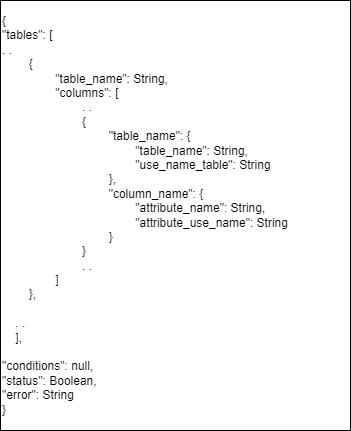
Before: documentation/SemanticParserFile.drawio.png, a diagram exported from draw.io (Rift343/COSMOS). Source tidied: cells renumbered, new cells last; positions are measured from the earlier drawing's top-left corner, leaving out a move shared by most shapes.
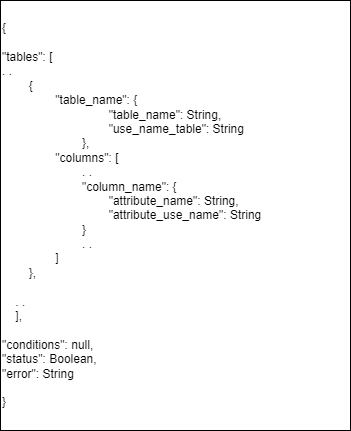
The same diagram one commit later.

Change to the diagram source:
```diff
@@ -2,7 +2,7 @@
   <root>
     <mxCell id="0" />
     <mxCell id="1" parent="0" />
-    <mxCell id="2" value="&lt;div&gt;{&lt;/div&gt;&lt;div&gt;&quot;tables&quot;: [&lt;/div&gt;&lt;div&gt;. .&lt;span style=&quot;&quot;&gt;&lt;/span&gt;&lt;/div&gt;&lt;div&gt;&lt;span style=&quot;&quot;&gt;&lt;span style=&quot;&quot;&gt;&lt;span style=&quot;&quot;&gt;&amp;nbsp;&amp;nbsp;&amp;nbsp;&amp;nbsp;&lt;/span&gt;&lt;span style=&quot;&quot;&gt;&amp;nbsp;&amp;nbsp;&amp;nbsp;&amp;nbsp;&lt;/span&gt;&lt;/span&gt;{&lt;/span&gt;&lt;/div&gt;&lt;span style=&quot;border-color: var(--border-color);&quot;&gt;&lt;span style=&quot;white-space: pre;&quot;&gt;&#9;&lt;span style=&quot;white-space: pre;&quot;&gt;&#9;&lt;/span&gt;&lt;/span&gt;&lt;/span&gt;&quot;table_name&quot;: String,&lt;div&gt;&lt;span style=&quot;&quot;&gt;&lt;span style=&quot;&quot;&gt;&lt;span style=&quot;&quot;&gt;&amp;nbsp;&amp;nbsp;&amp;nbsp;&amp;nbsp;&lt;/span&gt;&lt;span style=&quot;&quot;&gt;&amp;nbsp;&amp;nbsp;&amp;nbsp;&amp;nbsp;&lt;span style=&quot;white-space: pre;&quot;&gt;&#9;&lt;/span&gt;&lt;/span&gt;&lt;/span&gt;&quot;columns&quot;: [&lt;/span&gt;&lt;/div&gt;&lt;div&gt;&lt;span style=&quot;&quot;&gt;&lt;span style=&quot;white-space: pre;&quot;&gt;&#9;&lt;/span&gt;&lt;span style=&quot;white-space: pre;&quot;&gt;&#9;&lt;/span&gt;&lt;span style=&quot;white-space: pre;&quot;&gt;&#9;&lt;/span&gt;. .&lt;/span&gt;&lt;/div&gt;&lt;div&gt;&lt;span style=&quot;&quot;&gt;&lt;span style=&quot;white-space: pre;&quot;&gt;&#9;&lt;/span&gt;&lt;span style=&quot;white-space: pre;&quot;&gt;&#9;&lt;span style=&quot;white-space: pre;&quot;&gt;&#9;&lt;/span&gt;&lt;/span&gt;{&lt;/span&gt;&lt;/div&gt;&lt;div&gt;&lt;span style=&quot;&quot;&gt;&lt;span style=&quot;white-space: pre;&quot;&gt;&#9;&lt;/span&gt;&lt;span style=&quot;white-space: pre;&quot;&gt;&#9;&lt;span style=&quot;white-space: pre;&quot;&gt;&#9;&lt;span style=&quot;white-space: pre;&quot;&gt;&#9;&lt;/span&gt;&lt;/span&gt;&quot;&lt;/span&gt;table_name&quot;: {&lt;/span&gt;&lt;/div&gt;&lt;div&gt;&lt;span style=&quot;&quot;&gt;&lt;span style=&quot;white-space: pre;&quot;&gt;&#9;&lt;/span&gt;&lt;span style=&quot;white-space: pre;&quot;&gt;&#9;&lt;/span&gt;&lt;span style=&quot;white-space: pre;&quot;&gt;&#9;&lt;/span&gt;&lt;span style=&quot;white-space: pre;&quot;&gt;&#9;&lt;span style=&quot;white-space: pre;&quot;&gt;&#9;&lt;/span&gt;&lt;/span&gt;&quot;table_name&quot;: String,&lt;/span&gt;&lt;/div&gt;&lt;div&gt;&lt;span style=&quot;&quot;&gt;&lt;span style=&quot;white-space: pre;&quot;&gt;&#9;&lt;/span&gt;&lt;span style=&quot;white-space: pre;&quot;&gt;&#9;&lt;/span&gt;&lt;span style=&quot;white-space: pre;&quot;&gt;&#9;&lt;/span&gt;&lt;span style=&quot;white-space: pre;&quot;&gt;&#9;&lt;span style=&quot;white-space: pre;&quot;&gt;&#9;&lt;/span&gt;&lt;/span&gt;&quot;use_name_table&quot;: String&lt;/span&gt;&lt;/div&gt;&lt;div&gt;&lt;span style=&quot;&quot;&gt;&lt;span style=&quot;white-space: pre;&quot;&gt;&#9;&lt;/span&gt;&lt;span style=&quot;white-space: pre;&quot;&gt;&#9;&lt;/span&gt;&lt;span style=&quot;white-space: pre;&quot;&gt;&#9;&lt;span style=&quot;white-space: pre;&quot;&gt;&#9;&lt;/span&gt;&lt;/span&gt;},&lt;/span&gt;&lt;/div&gt;&lt;div&gt;&lt;span style=&quot;&quot;&gt;&lt;span style=&quot;white-space: pre;&quot;&gt;&#9;&lt;/span&gt;&lt;span style=&quot;white-space: pre;&quot;&gt;&#9;&lt;/span&gt;&lt;span style=&quot;white-space: pre;&quot;&gt;&#9;&lt;span style=&quot;white-space: pre;&quot;&gt;&#9;&lt;/span&gt;&lt;/span&gt;&quot;column_name&quot;: {&lt;/span&gt;&lt;/div&gt;&lt;div&gt;&lt;span style=&quot;&quot;&gt;&lt;span style=&quot;white-space: pre;&quot;&gt;&#9;&lt;/span&gt;&lt;span style=&quot;white-space: pre;&quot;&gt;&#9;&lt;/span&gt;&lt;span style=&quot;white-space: pre;&quot;&gt;&#9;&lt;span style=&quot;white-space: pre;&quot;&gt;&#9;&lt;/span&gt;&lt;span style=&quot;white-space: pre;&quot;&gt;&#9;&lt;/span&gt;&quot;attribute_name&quot;: String,&lt;/span&gt;&lt;br&gt;&lt;/span&gt;&lt;/div&gt;&lt;div&gt;&lt;span style=&quot;&quot;&gt;&lt;span style=&quot;white-space: pre;&quot;&gt;&#9;&lt;/span&gt;&lt;span style=&quot;white-space: pre;&quot;&gt;&#9;&lt;/span&gt;&lt;span style=&quot;white-space: pre;&quot;&gt;&#9;&lt;/span&gt;&lt;span style=&quot;white-space: pre;&quot;&gt;&#9;&lt;/span&gt;&lt;span style=&quot;white-space: pre;&quot;&gt;&#9;&lt;/span&gt;&quot;attribute_use_name&quot;: String&lt;br&gt;&lt;/span&gt;&lt;/div&gt;&lt;div&gt;&lt;span style=&quot;white-space: pre;&quot;&gt;&#9;&lt;/span&gt;&lt;span style=&quot;white-space: pre;&quot;&gt;&#9;&lt;/span&gt;&lt;span style=&quot;white-space: pre;&quot;&gt;&#9;&lt;/span&gt;&lt;span style=&quot;white-space: pre;&quot;&gt;&#9;&lt;/span&gt;}&lt;br&gt;&lt;/div&gt;&lt;div&gt;&lt;span style=&quot;&quot;&gt;&lt;span style=&quot;white-space: pre;&quot;&gt;&#9;&lt;/span&gt;&lt;span style=&quot;white-space: pre;&quot;&gt;&#9;&lt;span style=&quot;white-space: pre;&quot;&gt;&#9;&lt;/span&gt;&lt;/span&gt;}&lt;/span&gt;&lt;/div&gt;&lt;div&gt;&lt;span style=&quot;&quot;&gt;&lt;span style=&quot;white-space: pre;&quot;&gt;&#9;&lt;/span&gt;&lt;span style=&quot;white-space: pre;&quot;&gt;&#9;&lt;/span&gt;&lt;span style=&quot;white-space: pre;&quot;&gt;&#9;&lt;/span&gt;. .&lt;br&gt;&lt;/span&gt;&lt;/div&gt;&lt;div&gt;&lt;span style=&quot;&quot;&gt;&lt;span style=&quot;white-space: pre;&quot;&gt;&#9;&lt;span style=&quot;white-space: pre;&quot;&gt;&#9;&lt;/span&gt;&lt;/span&gt;]&lt;br&gt;&lt;/span&gt;&lt;/div&gt;&lt;div&gt;&lt;span style=&quot;&quot;&gt;&lt;span style=&quot;&quot;&gt;&lt;span style=&quot;&quot;&gt;&amp;nbsp;&amp;nbsp;&amp;nbsp;&amp;nbsp;&lt;/span&gt;&lt;span style=&quot;&quot;&gt;&amp;nbsp;&amp;nbsp;&amp;nbsp;&amp;nbsp;&lt;/span&gt;&lt;/span&gt;},&lt;/span&gt;&lt;/div&gt;&lt;div&gt;&lt;br&gt;&lt;/div&gt;&lt;div&gt;&lt;span style=&quot;&quot;&gt;&lt;span style=&quot;&quot;&gt;&lt;span style=&quot;&quot;&gt;&amp;nbsp;&amp;nbsp;&amp;nbsp;&amp;nbsp;&lt;/span&gt;&lt;/span&gt;. .&lt;/span&gt;&lt;/div&gt;&lt;div&gt;&lt;span style=&quot;&quot;&gt;&lt;span style=&quot;&quot;&gt;&lt;span style=&quot;&quot;&gt;&amp;nbsp;&amp;nbsp;&amp;nbsp;&amp;nbsp;&lt;/span&gt;&lt;/span&gt;],&lt;/span&gt;&lt;/div&gt;&lt;div&gt;&lt;br&gt;&lt;/div&gt;&lt;div&gt;&quot;conditions&quot;: null,&lt;/div&gt;&lt;div&gt;&quot;status&quot;: Boolean,&lt;/div&gt;&lt;div&gt;&quot;error&quot;: String&lt;/div&gt;&lt;div&gt;}&lt;/div&gt;" style="whiteSpace=wrap;html=1;align=left;" parent="1" vertex="1">
+    <mxCell id="2" value="&lt;div&gt;{&lt;/div&gt;&lt;div&gt;&lt;br&gt;&lt;/div&gt;&lt;div&gt;&quot;tables&quot;: [&lt;/div&gt;&lt;div&gt;. .&lt;span style=&quot;&quot;&gt;&lt;/span&gt;&lt;/div&gt;&lt;div&gt;&lt;span style=&quot;&quot;&gt;&lt;span style=&quot;&quot;&gt;&lt;span style=&quot;&quot;&gt;&amp;nbsp;&amp;nbsp;&amp;nbsp;&amp;nbsp;&lt;/span&gt;&lt;span style=&quot;&quot;&gt;&amp;nbsp;&amp;nbsp;&amp;nbsp;&amp;nbsp;&lt;/span&gt;&lt;/span&gt;{&lt;/span&gt;&lt;/div&gt;&lt;span style=&quot;white-space: pre;&quot;&gt;&#9;&lt;span style=&quot;white-space: pre;&quot;&gt;&#9;&lt;/span&gt;&lt;/span&gt;&quot;table_name&quot;:&amp;nbsp;{&lt;div style=&quot;border-color: var(--border-color);&quot;&gt;&lt;span style=&quot;border-color: var(--border-color);&quot;&gt;&lt;span style=&quot;white-space: pre;&quot;&gt;&#9;&lt;span style=&quot;white-space: pre;&quot;&gt;&#9;&lt;/span&gt;&lt;/span&gt;&lt;span style=&quot;white-space: pre;&quot;&gt;&#9;&lt;/span&gt;&lt;span style=&quot;white-space: pre;&quot;&gt;&#9;&lt;/span&gt;&quot;table_name&quot;: String,&lt;/span&gt;&lt;/div&gt;&lt;div style=&quot;border-color: var(--border-color);&quot;&gt;&lt;span style=&quot;border-color: var(--border-color);&quot;&gt;&lt;span style=&quot;white-space: pre;&quot;&gt;&#9;&lt;span style=&quot;white-space: pre;&quot;&gt;&#9;&lt;/span&gt;&lt;/span&gt;&lt;span style=&quot;white-space: pre;&quot;&gt;&#9;&lt;span style=&quot;white-space: pre;&quot;&gt;&#9;&lt;/span&gt;&lt;/span&gt;&quot;use_name_table&quot;: String&lt;/span&gt;&lt;/div&gt;&lt;div style=&quot;border-color: var(--border-color);&quot;&gt;&lt;span style=&quot;border-color: var(--border-color);&quot;&gt;&lt;span style=&quot;white-space: pre;&quot;&gt;&#9;&lt;span style=&quot;white-space: pre;&quot;&gt;&#9;&lt;/span&gt;&lt;/span&gt;&lt;span style=&quot;white-space: pre;&quot;&gt;&#9;&lt;/span&gt;},&lt;/span&gt;&lt;/div&gt;&lt;div&gt;&lt;span style=&quot;&quot;&gt;&lt;span style=&quot;white-space: pre;&quot;&gt;&#9;&lt;span style=&quot;white-space: pre;&quot;&gt;&#9;&lt;/span&gt;&lt;/span&gt;&quot;columns&quot;: [&lt;/span&gt;&lt;/div&gt;&lt;div&gt;&lt;span style=&quot;&quot;&gt;&lt;span style=&quot;white-space: pre;&quot;&gt;&#9;&lt;span style=&quot;white-space: pre;&quot;&gt;&#9;&lt;/span&gt;&lt;/span&gt;&lt;span style=&quot;white-space: pre;&quot;&gt;&#9;&lt;/span&gt;. .&lt;/span&gt;&lt;/div&gt;&lt;div&gt;&lt;span style=&quot;&quot;&gt;&lt;span style=&quot;white-space: pre;&quot;&gt;&#9;&lt;span style=&quot;white-space: pre;&quot;&gt;&#9;&lt;/span&gt;&lt;/span&gt;&lt;span style=&quot;white-space: pre;&quot;&gt;&#9;&lt;/span&gt;&quot;column_name&quot;: {&lt;/span&gt;&lt;/div&gt;&lt;div&gt;&lt;span style=&quot;&quot;&gt;&lt;span style=&quot;&quot;&gt;&lt;span style=&quot;white-space: pre;&quot;&gt;&#9;&lt;span style=&quot;white-space: pre;&quot;&gt;&#9;&lt;/span&gt;&lt;/span&gt;&lt;span style=&quot;white-space: pre;&quot;&gt;&#9;&lt;/span&gt;&lt;span style=&quot;white-space: pre;&quot;&gt;&#9;&lt;/span&gt;&quot;attribute_name&quot;: String,&lt;/span&gt;&lt;br&gt;&lt;/span&gt;&lt;/div&gt;&lt;div&gt;&lt;span style=&quot;&quot;&gt;&lt;span style=&quot;white-space: pre;&quot;&gt;&#9;&lt;span style=&quot;white-space: pre;&quot;&gt;&#9;&lt;/span&gt;&lt;/span&gt;&lt;span style=&quot;white-space: pre;&quot;&gt;&#9;&lt;/span&gt;&lt;span style=&quot;white-space: pre;&quot;&gt;&#9;&lt;/span&gt;&quot;attribute_use_name&quot;: String&lt;br&gt;&lt;/span&gt;&lt;/div&gt;&lt;div&gt;&lt;span style=&quot;white-space: pre;&quot;&gt;&#9;&lt;span style=&quot;white-space: pre;&quot;&gt;&#9;&lt;/span&gt;&lt;/span&gt;&lt;span style=&quot;white-space: pre;&quot;&gt;&#9;&lt;/span&gt;}&lt;/div&gt;&lt;div&gt;&lt;span style=&quot;&quot;&gt;&lt;span style=&quot;white-space: pre;&quot;&gt;&#9;&lt;span style=&quot;white-space: pre;&quot;&gt;&#9;&lt;/span&gt;&lt;/span&gt;&lt;span style=&quot;white-space: pre;&quot;&gt;&#9;&lt;/span&gt;. .&lt;br&gt;&lt;/span&gt;&lt;/div&gt;&lt;div&gt;&lt;span style=&quot;&quot;&gt;&lt;span style=&quot;white-space: pre;&quot;&gt;&#9;&lt;span style=&quot;white-space: pre;&quot;&gt;&#9;&lt;/span&gt;&lt;/span&gt;]&lt;br&gt;&lt;/span&gt;&lt;/div&gt;&lt;div&gt;&lt;span style=&quot;&quot;&gt;&lt;span style=&quot;&quot;&gt;&lt;span style=&quot;&quot;&gt;&amp;nbsp;&amp;nbsp;&amp;nbsp;&amp;nbsp;&lt;/span&gt;&lt;span style=&quot;&quot;&gt;&amp;nbsp;&amp;nbsp;&amp;nbsp;&amp;nbsp;&lt;/span&gt;&lt;/span&gt;},&lt;/span&gt;&lt;/div&gt;&lt;div&gt;&lt;br&gt;&lt;/div&gt;&lt;div&gt;&lt;span style=&quot;&quot;&gt;&lt;span style=&quot;&quot;&gt;&lt;span style=&quot;&quot;&gt;&amp;nbsp;&amp;nbsp;&amp;nbsp;&amp;nbsp;&lt;/span&gt;&lt;/span&gt;. .&lt;/span&gt;&lt;/div&gt;&lt;div&gt;&lt;span style=&quot;&quot;&gt;&lt;span style=&quot;&quot;&gt;&lt;span style=&quot;&quot;&gt;&amp;nbsp;&amp;nbsp;&amp;nbsp;&amp;nbsp;&lt;/span&gt;&lt;/span&gt;],&lt;/span&gt;&lt;/div&gt;&lt;div&gt;&lt;br&gt;&lt;/div&gt;&lt;div&gt;&quot;conditions&quot;: null,&lt;/div&gt;&lt;div&gt;&quot;status&quot;: Boolean,&lt;/div&gt;&lt;div&gt;&quot;error&quot;: String&lt;/div&gt;&lt;div&gt;&lt;br&gt;&lt;/div&gt;&lt;div&gt;}&lt;/div&gt;" style="whiteSpace=wrap;html=1;align=left;" parent="1" vertex="1">
       <mxGeometry width="350" height="430" as="geometry" />
     </mxCell>
   </root>
```
